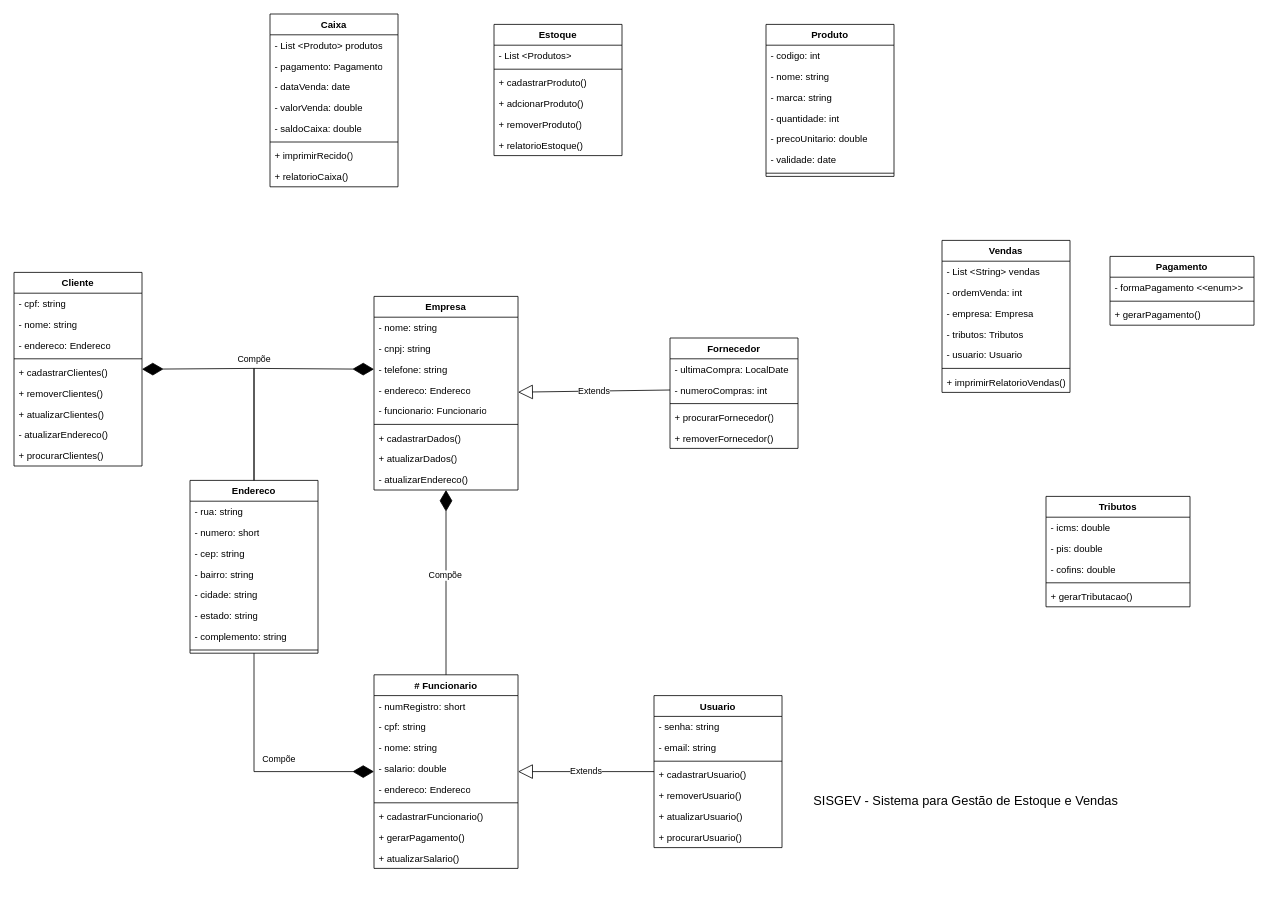
igormanoels/SISGEV keeps this draw.io diagram as Diagrama/1.0.0/Diagrama de Classes - SISGEV.drawio. Above is the earlier version. Source tidied: cells renumbered, new cells numbered last; positions are measured from the earlier drawing's top-left corner, leaving out a move shared by most shapes. Both pictures are drawn from the tidied source at 80%, with x=0, y=0 at pixel (14, 14).
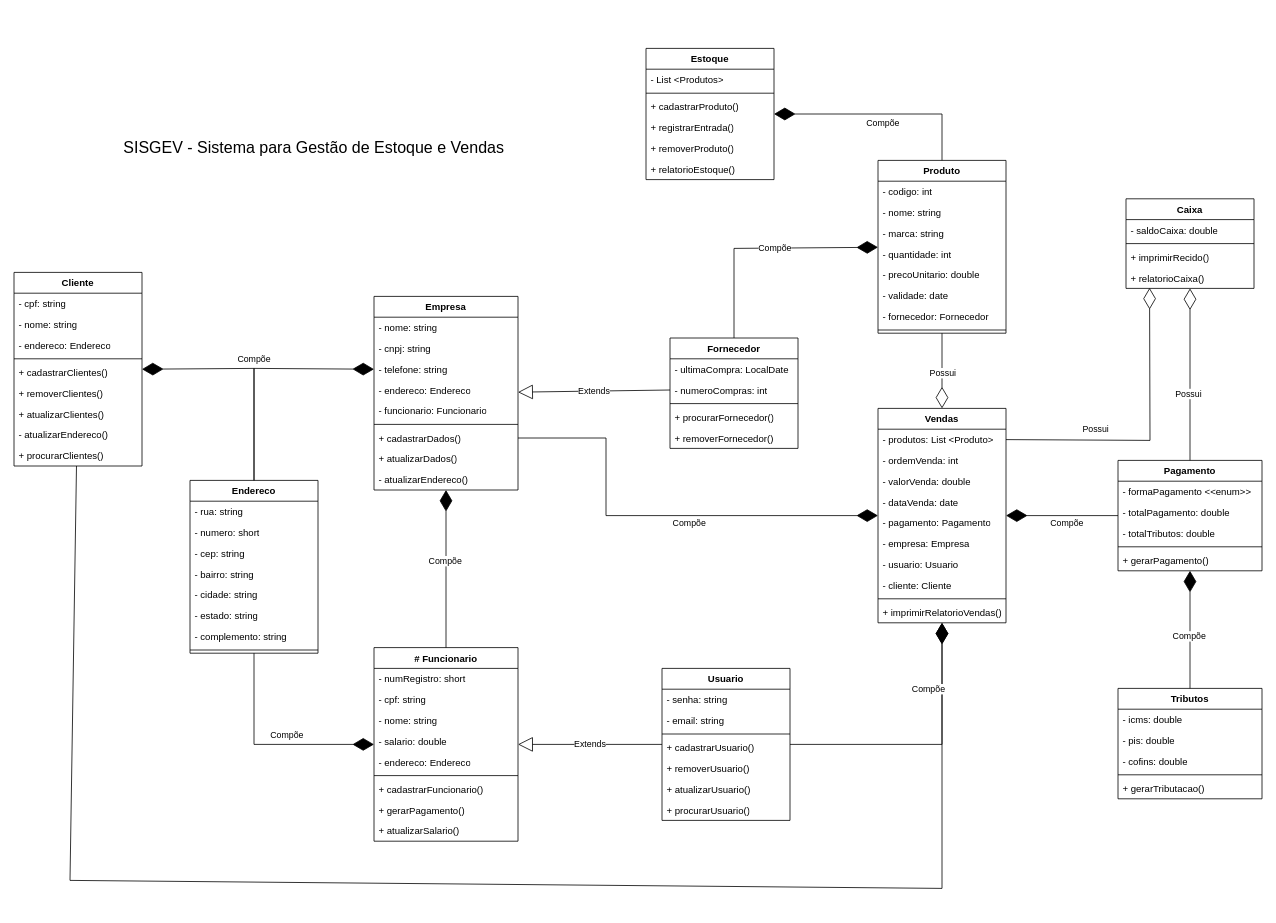
Above is the later version.

The change refers to these unchanged cells:
```xml
<mxCell id="49" value="+ cadastrarDados()" style="text;strokeColor=none;fillColor=none;align=left;verticalAlign=top;spacingLeft=4;spacingRight=4;overflow=hidden;points=[[0,0.5],[1,0.5]];portConstraint=eastwest;whiteSpace=wrap;html=1;" parent="42" vertex="1">
  <mxGeometry y="164" width="180" height="26" as="geometry" />
</mxCell>
<mxCell id="53" value="Endereco" style="swimlane;fontStyle=1;align=center;verticalAlign=top;horizontal=1;startSize=26;whiteSpace=wrap;html=1;" parent="1" vertex="1">
  <mxGeometry x="220" y="583" width="160" height="216" as="geometry" />
</mxCell>
<mxCell id="66" value="Fornecedor" style="swimlane;fontStyle=1;align=center;verticalAlign=top;horizontal=1;startSize=26;whiteSpace=wrap;html=1;" parent="1" vertex="1">
  <mxGeometry x="820" y="405" width="160" height="138" as="geometry" />
</mxCell>
<mxCell id="78" value="Cliente" style="swimlane;fontStyle=1;align=center;verticalAlign=top;horizontal=1;startSize=26;whiteSpace=wrap;html=1;" parent="1" vertex="1">
  <mxGeometry y="323" width="160" height="242" as="geometry" />
</mxCell>
```

Change to the diagram source:
```diff
@@
     <mxCell id="2" value="Produto" style="swimlane;fontStyle=1;align=center;verticalAlign=top;horizontal=1;startSize=26;whiteSpace=wrap;html=1;" parent="1" vertex="1">
-      <mxGeometry x="940" y="13" width="160" height="190" as="geometry" />
+      <mxGeometry x="1080" y="183" width="160" height="216" as="geometry" />
     </mxCell>
@@
+    <mxCell id="108" value="- fornecedor: Fornecedor" style="text;strokeColor=none;fillColor=none;align=left;verticalAlign=top;spacingLeft=4;spacingRight=4;overflow=hidden;whiteSpace=wrap;html=1;" parent="2" vertex="1">
+      <mxGeometry y="182" width="160" height="26" as="geometry" />
+    </mxCell>
     <mxCell id="9" style="line;strokeWidth=1;fillColor=none;align=left;verticalAlign=middle;spacingTop=-1;spacingLeft=3;spacingRight=3;labelPosition=right;strokeColor=inherit;" parent="2" vertex="1">
-      <mxGeometry y="182" width="160" height="8" as="geometry" />
+      <mxGeometry y="208" width="160" height="8" as="geometry" />
     </mxCell>
     <mxCell id="10" value="Estoque" style="swimlane;fontStyle=1;align=center;verticalAlign=top;horizontal=1;startSize=26;whiteSpace=wrap;html=1;" parent="1" vertex="1">
-      <mxGeometry x="600" y="13" width="160" height="164" as="geometry" />
+      <mxGeometry x="790" y="43" width="160" height="164" as="geometry" />
     </mxCell>
@@
-    <mxCell id="14" value="+ adcionarProduto()" style="text;strokeColor=none;fillColor=none;align=left;verticalAlign=top;spacingLeft=4;spacingRight=4;overflow=hidden;whiteSpace=wrap;html=1;" parent="10" vertex="1">
-      <mxGeometry y="86" width="160" height="26" as="geometry" />
-    </mxCell>
+    <mxCell id="109" value="+ registrarEntrada()" style="text;strokeColor=none;fillColor=none;align=left;verticalAlign=top;spacingLeft=4;spacingRight=4;overflow=hidden;whiteSpace=wrap;html=1;" parent="10" vertex="1">
+      <mxGeometry y="86" width="160" height="26" as="geometry" />
+    </mxCell>
@@
     <mxCell id="17" value="Vendas" style="swimlane;fontStyle=1;align=center;verticalAlign=top;horizontal=1;startSize=26;whiteSpace=wrap;html=1;" parent="1" vertex="1">
-      <mxGeometry x="1160" y="283" width="160" height="190" as="geometry" />
+      <mxGeometry x="1080" y="493" width="160" height="268" as="geometry" />
     </mxCell>
-    <mxCell id="18" value="- List &amp;lt;String&amp;gt; vendas&amp;nbsp;" style="text;strokeColor=none;fillColor=none;align=left;verticalAlign=top;spacingLeft=4;spacingRight=4;overflow=hidden;whiteSpace=wrap;html=1;" parent="17" vertex="1">
-      <mxGeometry y="26" width="160" height="26" as="geometry" />
-    </mxCell>
+    <mxCell id="34" value="- produtos: List &amp;lt;Produto&amp;gt;&amp;nbsp;" style="text;strokeColor=none;fillColor=none;align=left;verticalAlign=top;spacingLeft=4;spacingRight=4;overflow=hidden;points=[[0,0.5],[1,0.5]];portConstraint=eastwest;whiteSpace=wrap;html=1;" parent="17" vertex="1">
+      <mxGeometry y="26" width="160" height="26" as="geometry" />
+    </mxCell>
@@
+    <mxCell id="37" value="- valorVenda: double" style="text;strokeColor=none;fillColor=none;align=left;verticalAlign=top;spacingLeft=4;spacingRight=4;overflow=hidden;whiteSpace=wrap;html=1;" parent="17" vertex="1">
+      <mxGeometry y="78" width="160" height="26" as="geometry" />
+    </mxCell>
+    <mxCell id="36" value="- dataVenda: date" style="text;strokeColor=none;fillColor=none;align=left;verticalAlign=top;spacingLeft=4;spacingRight=4;overflow=hidden;whiteSpace=wrap;html=1;" parent="17" vertex="1">
+      <mxGeometry y="104" width="160" height="26" as="geometry" />
+    </mxCell>
+    <mxCell id="35" value="- pagamento: Pagamento" style="text;strokeColor=none;fillColor=none;align=left;verticalAlign=top;spacingLeft=4;spacingRight=4;overflow=hidden;whiteSpace=wrap;html=1;" parent="17" vertex="1">
+      <mxGeometry y="130" width="160" height="26" as="geometry" />
+    </mxCell>
     <mxCell id="20" value="- empresa: Empresa" style="text;strokeColor=none;fillColor=none;align=left;verticalAlign=top;spacingLeft=4;spacingRight=4;overflow=hidden;whiteSpace=wrap;html=1;" parent="17" vertex="1">
-      <mxGeometry y="78" width="160" height="26" as="geometry" />
+      <mxGeometry y="156" width="160" height="26" as="geometry" />
     </mxCell>
-    <mxCell id="21" value="- tributos: Tributos" style="text;strokeColor=none;fillColor=none;align=left;verticalAlign=top;spacingLeft=4;spacingRight=4;overflow=hidden;whiteSpace=wrap;html=1;" parent="17" vertex="1">
-      <mxGeometry y="104" width="160" height="26" as="geometry" />
-    </mxCell>
     <mxCell id="22" value="- usuario: Usuario" style="text;strokeColor=none;fillColor=none;align=left;verticalAlign=top;spacingLeft=4;spacingRight=4;overflow=hidden;whiteSpace=wrap;html=1;" parent="17" vertex="1">
-      <mxGeometry y="130" width="160" height="26" as="geometry" />
+      <mxGeometry y="182" width="160" height="26" as="geometry" />
     </mxCell>
+    <mxCell id="110" value="- cliente: Cliente" style="text;strokeColor=none;fillColor=none;align=left;verticalAlign=top;spacingLeft=4;spacingRight=4;overflow=hidden;whiteSpace=wrap;html=1;" parent="17" vertex="1">
+      <mxGeometry y="208" width="160" height="26" as="geometry" />
+    </mxCell>
     <mxCell id="23" style="line;strokeWidth=1;fillColor=none;align=left;verticalAlign=middle;spacingTop=-1;spacingLeft=3;spacingRight=3;labelPosition=right;strokeColor=inherit;" parent="17" vertex="1">
-      <mxGeometry y="156" width="160" height="8" as="geometry" />
+      <mxGeometry y="234" width="160" height="8" as="geometry" />
     </mxCell>
     <mxCell id="24" value="+ imprimirRelatorioVendas()" style="text;strokeColor=none;fillColor=none;align=left;verticalAlign=top;spacingLeft=4;spacingRight=4;overflow=hidden;whiteSpace=wrap;html=1;" parent="17" vertex="1">
-      <mxGeometry y="164" width="160" height="26" as="geometry" />
+      <mxGeometry y="242" width="160" height="26" as="geometry" />
     </mxCell>
     <mxCell id="25" value="Usuario" style="swimlane;fontStyle=1;align=center;verticalAlign=top;horizontal=1;startSize=26;whiteSpace=wrap;html=1;" parent="1" vertex="1">
-      <mxGeometry x="800" y="852" width="160" height="190" as="geometry" />
+      <mxGeometry x="810" y="818" width="160" height="190" as="geometry" />
     </mxCell>
@@
     <mxCell id="33" value="Caixa" style="swimlane;fontStyle=1;align=center;verticalAlign=top;horizontal=1;startSize=26;whiteSpace=wrap;html=1;" parent="1" vertex="1">
-      <mxGeometry x="320" width="160" height="216" as="geometry" />
+      <mxGeometry x="1390" y="231" width="160" height="112" as="geometry" />
     </mxCell>
-    <mxCell id="34" value="- List &amp;lt;Produto&amp;gt; produtos" style="text;strokeColor=none;fillColor=none;align=left;verticalAlign=top;spacingLeft=4;spacingRight=4;overflow=hidden;points=[[0,0.5],[1,0.5]];portConstraint=eastwest;whiteSpace=wrap;html=1;" parent="33" vertex="1">
-      <mxGeometry y="26" width="160" height="26" as="geometry" />
-    </mxCell>
-    <mxCell id="35" value="- pagamento: Pagamento" style="text;strokeColor=none;fillColor=none;align=left;verticalAlign=top;spacingLeft=4;spacingRight=4;overflow=hidden;whiteSpace=wrap;html=1;" parent="33" vertex="1">
-      <mxGeometry y="52" width="160" height="26" as="geometry" />
-    </mxCell>
-    <mxCell id="36" value="- dataVenda: date" style="text;strokeColor=none;fillColor=none;align=left;verticalAlign=top;spacingLeft=4;spacingRight=4;overflow=hidden;whiteSpace=wrap;html=1;" parent="33" vertex="1">
-      <mxGeometry y="78" width="160" height="26" as="geometry" />
-    </mxCell>
-    <mxCell id="37" value="- valorVenda: double" style="text;strokeColor=none;fillColor=none;align=left;verticalAlign=top;spacingLeft=4;spacingRight=4;overflow=hidden;whiteSpace=wrap;html=1;" parent="33" vertex="1">
-      <mxGeometry y="104" width="160" height="26" as="geometry" />
-    </mxCell>
     <mxCell id="38" value="- saldoCaixa: double" style="text;strokeColor=none;fillColor=none;align=left;verticalAlign=top;spacingLeft=4;spacingRight=4;overflow=hidden;whiteSpace=wrap;html=1;" parent="33" vertex="1">
-      <mxGeometry y="130" width="160" height="26" as="geometry" />
+      <mxGeometry y="26" width="160" height="26" as="geometry" />
     </mxCell>
     <mxCell id="39" style="line;strokeWidth=1;fillColor=none;align=left;verticalAlign=middle;spacingTop=-1;spacingLeft=3;spacingRight=3;labelPosition=right;strokeColor=inherit;" parent="33" vertex="1">
-      <mxGeometry y="156" width="160" height="8" as="geometry" />
+      <mxGeometry y="52" width="160" height="8" as="geometry" />
     </mxCell>
     <mxCell id="40" value="+ imprimirRecido()" style="text;strokeColor=none;fillColor=none;align=left;verticalAlign=top;spacingLeft=4;spacingRight=4;overflow=hidden;whiteSpace=wrap;html=1;" parent="33" vertex="1">
-      <mxGeometry y="164" width="160" height="26" as="geometry" />
+      <mxGeometry y="60" width="160" height="26" as="geometry" />
     </mxCell>
     <mxCell id="41" value="+ relatorioCaixa()" style="text;strokeColor=none;fillColor=none;align=left;verticalAlign=top;spacingLeft=4;spacingRight=4;overflow=hidden;points=[[0,0.5],[1,0.5]];portConstraint=eastwest;whiteSpace=wrap;html=1;" parent="33" vertex="1">
-      <mxGeometry y="190" width="160" height="26" as="geometry" />
+      <mxGeometry y="86" width="160" height="26" as="geometry" />
     </mxCell>
@@
-    <mxCell id="52" value="&lt;div style=&quot;font-size: 16px;&quot;&gt;SISGEV - Sistema para Gestão de Estoque e Vendas&lt;/div&gt;&lt;div style=&quot;font-size: 16px;&quot;&gt;&lt;br style=&quot;font-size: 16px;&quot;&gt;&lt;/div&gt;" style="text;html=1;align=center;verticalAlign=middle;whiteSpace=wrap;rounded=0;fontSize=16;" parent="1" vertex="1">
-      <mxGeometry x="890" y="963" width="600" height="60" as="geometry" />
+    <mxCell id="52" value="&lt;div style=&quot;font-size: 20px;&quot;&gt;SISGEV - Sistema para Gestão de Estoque e Vendas&lt;/div&gt;&lt;div style=&quot;font-size: 20px;&quot;&gt;&lt;br style=&quot;font-size: 20px;&quot;&gt;&lt;/div&gt;" style="text;html=1;align=center;verticalAlign=middle;whiteSpace=wrap;rounded=0;fontSize=20;" parent="1" vertex="1">
+      <mxGeometry x="40" y="113" width="670" height="130" as="geometry" />
     </mxCell>
@@
     <mxCell id="62" value="Pagamento" style="swimlane;fontStyle=1;align=center;verticalAlign=top;horizontal=1;startSize=26;whiteSpace=wrap;html=1;" parent="1" vertex="1">
-      <mxGeometry x="1370" y="303" width="180" height="86" as="geometry" />
+      <mxGeometry x="1380" y="558" width="180" height="138" as="geometry" />
     </mxCell>
@@
+    <mxCell id="111" value="- totalPagamento: double" style="text;strokeColor=none;fillColor=none;align=left;verticalAlign=top;spacingLeft=4;spacingRight=4;overflow=hidden;whiteSpace=wrap;html=1;" parent="62" vertex="1">
+      <mxGeometry y="52" width="180" height="26" as="geometry" />
+    </mxCell>
+    <mxCell id="112" value="- totalTributos: double" style="text;strokeColor=none;fillColor=none;align=left;verticalAlign=top;spacingLeft=4;spacingRight=4;overflow=hidden;whiteSpace=wrap;html=1;" parent="62" vertex="1">
+      <mxGeometry y="78" width="180" height="26" as="geometry" />
+    </mxCell>
     <mxCell id="64" style="line;strokeWidth=1;fillColor=none;align=left;verticalAlign=middle;spacingTop=-1;spacingLeft=3;spacingRight=3;labelPosition=right;strokeColor=inherit;" parent="62" vertex="1">
-      <mxGeometry y="52" width="180" height="8" as="geometry" />
+      <mxGeometry y="104" width="180" height="8" as="geometry" />
     </mxCell>
     <mxCell id="65" value="+ gerarPagamento()" style="text;strokeColor=none;fillColor=none;align=left;verticalAlign=top;spacingLeft=4;spacingRight=4;overflow=hidden;whiteSpace=wrap;html=1;" parent="62" vertex="1">
-      <mxGeometry y="60" width="180" height="26" as="geometry" />
+      <mxGeometry y="112" width="180" height="26" as="geometry" />
     </mxCell>
@@
     <mxCell id="72" value="Tributos" style="swimlane;fontStyle=1;align=center;verticalAlign=top;horizontal=1;startSize=26;whiteSpace=wrap;html=1;" parent="1" vertex="1">
-      <mxGeometry x="1290" y="603" width="180" height="138" as="geometry" />
+      <mxGeometry x="1380" y="843" width="180" height="138" as="geometry" />
     </mxCell>
@@
     <mxCell id="93" value="# Funcionario" style="swimlane;fontStyle=1;align=center;verticalAlign=top;horizontal=1;startSize=26;whiteSpace=wrap;html=1;" parent="1" vertex="1">
-      <mxGeometry x="450" y="826" width="180" height="242" as="geometry" />
+      <mxGeometry x="450" y="792" width="180" height="242" as="geometry" />
     </mxCell>
@@
     <mxCell id="106" style="endArrow=diamondThin;endFill=1;endSize=24;html=1;rounded=0;" parent="1" edge="1" source="53" target="93">
       <mxGeometry relative="1" as="geometry">
         <Array as="points">
-          <mxPoint x="300" y="947" />
+          <mxPoint x="300" y="913" />
         </Array>
       </mxGeometry>
     </mxCell>
     <mxCell id="107" value="Compõe" style="edgeLabel;html=1;align=center;verticalAlign=middle;" parent="106" vertex="1">
       <mxGeometry x="-0.02" relative="1" as="geometry">
-        <mxPoint x="30" y="-15" as="offset" />
+        <mxPoint x="25" y="-13" as="offset" />
       </mxGeometry>
     </mxCell>
+    <mxCell id="113" style="endArrow=diamondThin;endFill=1;endSize=24;html=1;rounded=0;" parent="1" edge="1" source="66" target="2">
+      <mxGeometry relative="1" as="geometry">
+        <Array as="points">
+          <mxPoint x="900" y="293" />
+        </Array>
+      </mxGeometry>
+    </mxCell>
+    <mxCell id="114" value="Compõe" style="edgeLabel;html=1;align=center;verticalAlign=middle;" parent="113" vertex="1">
+      <mxGeometry x="-0.02" relative="1" as="geometry">
+        <mxPoint x="20" as="offset" />
+      </mxGeometry>
+    </mxCell>
+    <mxCell id="115" style="endArrow=diamondThin;endFill=1;endSize=24;html=1;rounded=0;" parent="1" edge="1" source="2" target="10">
+      <mxGeometry relative="1" as="geometry">
+        <Array as="points">
+          <mxPoint x="1160" y="125" />
+        </Array>
+      </mxGeometry>
+    </mxCell>
+    <mxCell id="116" value="Compõe" style="edgeLabel;html=1;align=center;verticalAlign=middle;" parent="115" vertex="1">
+      <mxGeometry x="-0.02" relative="1" as="geometry">
+        <mxPoint x="-2" y="10" as="offset" />
+      </mxGeometry>
+    </mxCell>
+    <mxCell id="117" style="endArrow=diamondThin;endFill=0;endSize=24;html=1;rounded=0;" parent="1" edge="1" source="2" target="17">
+      <mxGeometry relative="1" as="geometry" />
+    </mxCell>
+    <mxCell id="118" value="Possui" style="edgeLabel;html=1;align=center;verticalAlign=middle;" parent="117" vertex="1">
+      <mxGeometry x="-0.29" y="2" relative="1" as="geometry">
+        <mxPoint x="-2" y="16" as="offset" />
+      </mxGeometry>
+    </mxCell>
+    <mxCell id="119" style="endArrow=diamondThin;endFill=1;endSize=24;html=1;rounded=0;" parent="1" edge="1" source="72" target="62">
+      <mxGeometry relative="1" as="geometry" />
+    </mxCell>
+    <mxCell id="120" value="Compõe" style="edgeLabel;html=1;align=center;verticalAlign=middle;" parent="119" vertex="1">
+      <mxGeometry x="-0.02" relative="1" as="geometry">
+        <mxPoint x="-2" y="6" as="offset" />
+      </mxGeometry>
+    </mxCell>
+    <mxCell id="121" style="endArrow=diamondThin;endFill=0;endSize=24;html=1;rounded=0;" parent="1" edge="1" source="62" target="33">
+      <mxGeometry relative="1" as="geometry" />
+    </mxCell>
+    <mxCell id="122" value="Possui" style="edgeLabel;html=1;align=center;verticalAlign=middle;" parent="121" vertex="1">
+      <mxGeometry x="-0.29" y="2" relative="1" as="geometry">
+        <mxPoint x="-1" y="-8" as="offset" />
+      </mxGeometry>
+    </mxCell>
+    <mxCell id="123" style="endArrow=diamondThin;endFill=1;endSize=24;html=1;rounded=0;" parent="1" edge="1" source="78" target="17">
+      <mxGeometry relative="1" as="geometry">
+        <Array as="points">
+          <mxPoint x="70" y="1083" />
+          <mxPoint x="1160" y="1093" />
+        </Array>
+      </mxGeometry>
+    </mxCell>
+    <mxCell id="124" value="&lt;div&gt;&lt;br&gt;&lt;/div&gt;&lt;div&gt;&lt;br&gt;&lt;/div&gt;" style="edgeLabel;html=1;align=center;verticalAlign=middle;" parent="123" vertex="1">
+      <mxGeometry x="-0.02" relative="1" as="geometry">
+        <mxPoint y="-34" as="offset" />
+      </mxGeometry>
+    </mxCell>
+    <mxCell id="125" style="endArrow=diamondThin;endFill=1;endSize=24;html=1;rounded=0;exitX=1;exitY=0.5;exitDx=0;exitDy=0;" parent="1" edge="1" source="49" target="17">
+      <mxGeometry relative="1" as="geometry">
+        <Array as="points">
+          <mxPoint x="740" y="530" />
+          <mxPoint x="740" y="627" />
+        </Array>
+      </mxGeometry>
+    </mxCell>
+    <mxCell id="126" value="Compõe" style="edgeLabel;html=1;align=center;verticalAlign=middle;" parent="125" vertex="1">
+      <mxGeometry x="-0.02" relative="1" as="geometry">
+        <mxPoint x="42" y="9" as="offset" />
+      </mxGeometry>
+    </mxCell>
+    <mxCell id="127" style="endArrow=diamondThin;endFill=1;endSize=24;html=1;rounded=0;" parent="1" edge="1" source="25" target="17">
+      <mxGeometry relative="1" as="geometry">
+        <Array as="points">
+          <mxPoint x="1160" y="913" />
+        </Array>
+      </mxGeometry>
+    </mxCell>
+    <mxCell id="128" value="Compõe" style="edgeLabel;html=1;align=center;verticalAlign=middle;" parent="127" vertex="1">
+      <mxGeometry x="-0.02" relative="1" as="geometry">
+        <mxPoint x="4" y="-70" as="offset" />
+      </mxGeometry>
+    </mxCell>
+    <mxCell id="129" style="endArrow=diamondThin;endFill=1;endSize=24;html=1;rounded=0;" parent="1" edge="1" source="62" target="17">
+      <mxGeometry relative="1" as="geometry" />
+    </mxCell>
+    <mxCell id="130" value="Compõe" style="edgeLabel;html=1;align=center;verticalAlign=middle;" parent="129" vertex="1">
+      <mxGeometry x="-0.02" relative="1" as="geometry">
+        <mxPoint x="4" y="9" as="offset" />
+      </mxGeometry>
+    </mxCell>
+    <mxCell id="131" style="endArrow=diamondThin;endFill=0;endSize=24;html=1;rounded=0;exitX=1;exitY=0.5;exitDx=0;exitDy=0;entryX=0.184;entryY=0.974;entryDx=0;entryDy=0;entryPerimeter=0;" parent="1" edge="1" source="34" target="41">
+      <mxGeometry relative="1" as="geometry">
+        <Array as="points">
+          <mxPoint x="1420" y="533" />
+        </Array>
+      </mxGeometry>
+    </mxCell>
+    <mxCell id="132" value="Possui" style="edgeLabel;html=1;align=center;verticalAlign=middle;" parent="131" vertex="1">
+      <mxGeometry x="-0.29" y="2" relative="1" as="geometry">
+        <mxPoint x="-21" y="-12" as="offset" />
+      </mxGeometry>
+    </mxCell>
```
